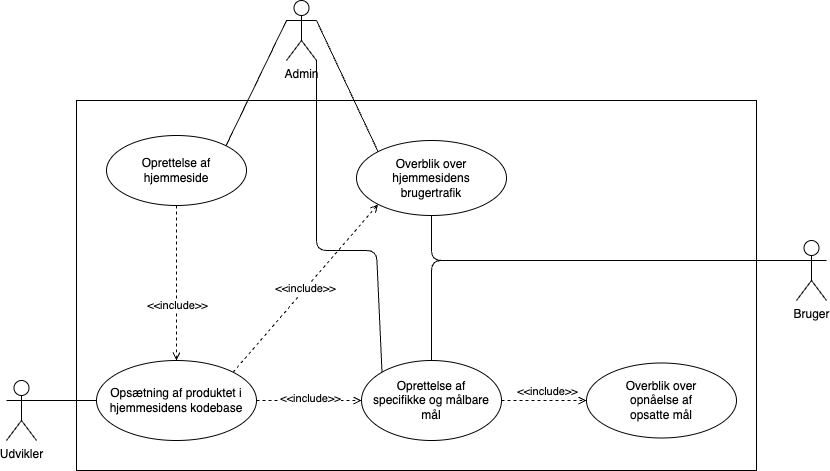
The draw.io diagram documentation/usecase.drawio.png in Nikditten/BachelorProjekt, before a commit. Source tidied: cells renumbered, new cells last; positions are measured from the earlier drawing's top-left corner, leaving out a move shared by most shapes.
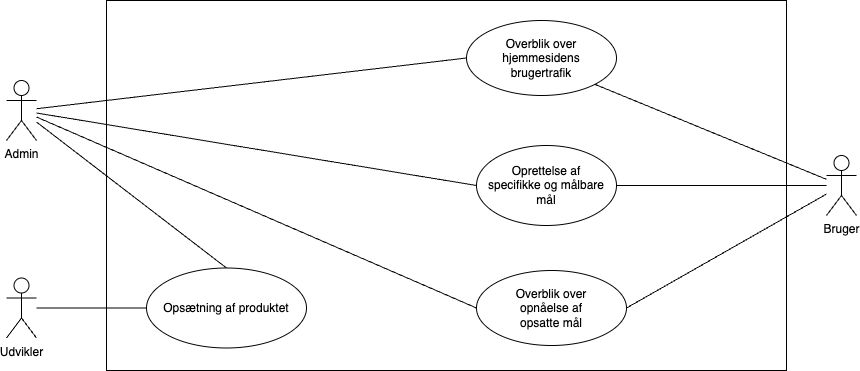
The same file after the commit.

Change to the diagram source:
```diff
@@ -5,83 +5,50 @@
     <mxCell id="2" style="rounded=0;whiteSpace=wrap;html=1;" parent="1" vertex="1">
       <mxGeometry x="70" y="100" width="680" height="370" as="geometry" />
     </mxCell>
+    <mxCell id="5" style="edgeStyle=none;html=1;entryX=1;entryY=0.5;entryDx=0;entryDy=0;endArrow=none;endFill=0;" parent="1" edge="1" source="3" target="19">
+      <mxGeometry relative="1" as="geometry" />
+    </mxCell>
+    <mxCell id="24" style="edgeStyle=none;html=1;entryX=1;entryY=1;entryDx=0;entryDy=0;endArrow=none;endFill=0;" parent="1" edge="1" source="3" target="22">
+      <mxGeometry relative="1" as="geometry" />
+    </mxCell>
+    <mxCell id="25" style="edgeStyle=none;html=1;entryX=1;entryY=0.5;entryDx=0;entryDy=0;endArrow=none;endFill=0;" parent="1" edge="1" source="3" target="20">
+      <mxGeometry relative="1" as="geometry" />
+    </mxCell>
     <mxCell id="3" value="Bruger" style="shape=umlActor;verticalLabelPosition=bottom;verticalAlign=top;html=1;" parent="1" vertex="1">
-      <mxGeometry x="790" y="240" width="30" height="60" as="geometry" />
+      <mxGeometry x="790" y="255" width="30" height="60" as="geometry" />
     </mxCell>
-    <mxCell id="4" style="edgeStyle=none;html=1;exitX=1;exitY=0.3333333333333333;exitDx=0;exitDy=0;exitPerimeter=0;entryX=0;entryY=0;entryDx=0;entryDy=0;endArrow=none;endFill=0;" parent="1" edge="1" source="6" target="22">
+    <mxCell id="4" style="edgeStyle=none;html=1;entryX=0;entryY=0.5;entryDx=0;entryDy=0;endArrow=none;endFill=0;" parent="1" edge="1" source="6" target="22">
       <mxGeometry relative="1" as="geometry" />
     </mxCell>
-    <mxCell id="5" style="edgeStyle=none;html=1;exitX=1;exitY=1;exitDx=0;exitDy=0;exitPerimeter=0;entryX=0;entryY=0;entryDx=0;entryDy=0;endArrow=none;endFill=0;" parent="1" edge="1" source="6" target="19">
-      <mxGeometry relative="1" as="geometry">
-        <Array as="points">
-          <mxPoint x="310" y="250" />
-          <mxPoint x="370" y="250" />
-        </Array>
-      </mxGeometry>
-    </mxCell>
+    <mxCell id="26" style="edgeStyle=none;html=1;entryX=0;entryY=0.5;entryDx=0;entryDy=0;endArrow=none;endFill=0;" parent="1" edge="1" source="6" target="19">
+      <mxGeometry relative="1" as="geometry" />
+    </mxCell>
+    <mxCell id="27" style="edgeStyle=none;html=1;entryX=0;entryY=0.5;entryDx=0;entryDy=0;endArrow=none;endFill=0;" parent="1" edge="1" source="6" target="20">
+      <mxGeometry relative="1" as="geometry" />
+    </mxCell>
+    <mxCell id="28" style="edgeStyle=none;html=1;entryX=0.5;entryY=0;entryDx=0;entryDy=0;endArrow=none;endFill=0;" parent="1" edge="1" source="6" target="23">
+      <mxGeometry relative="1" as="geometry" />
+    </mxCell>
     <mxCell id="6" value="Admin" style="shape=umlActor;verticalLabelPosition=bottom;verticalAlign=top;html=1;" parent="1" vertex="1">
-      <mxGeometry x="280" width="30" height="60" as="geometry" />
+      <mxGeometry x="-30" y="180" width="30" height="60" as="geometry" />
     </mxCell>
-    <mxCell id="7" style="edgeStyle=none;html=1;exitX=1;exitY=0.3333333333333333;exitDx=0;exitDy=0;exitPerimeter=0;entryX=0;entryY=0.5;entryDx=0;entryDy=0;startArrow=none;startFill=0;endArrow=none;endFill=0;" parent="1" edge="1" source="8" target="23">
+    <mxCell id="7" style="edgeStyle=none;html=1;entryX=0;entryY=0.5;entryDx=0;entryDy=0;startArrow=none;startFill=0;endArrow=none;endFill=0;" parent="1" edge="1" source="8" target="23">
       <mxGeometry relative="1" as="geometry" />
     </mxCell>
     <mxCell id="8" value="Udvikler" style="shape=umlActor;verticalLabelPosition=bottom;verticalAlign=top;html=1;" parent="1" vertex="1">
-      <mxGeometry y="380" width="30" height="60" as="geometry" />
+      <mxGeometry x="-30" y="377.5" width="30" height="60" as="geometry" />
     </mxCell>
-    <mxCell id="9" style="edgeStyle=none;html=1;entryX=0.5;entryY=0;entryDx=0;entryDy=0;dashed=1;endArrow=open;endFill=0;" parent="1" edge="1" source="15" target="23">
-      <mxGeometry relative="1" as="geometry" />
-    </mxCell>
-    <mxCell id="10" value="&amp;lt;&amp;lt;include&amp;gt;&amp;gt;" style="edgeLabel;html=1;align=center;verticalAlign=middle;" parent="9" vertex="1">
-      <mxGeometry x="0.28" relative="1" as="geometry" />
-    </mxCell>
-    <mxCell id="11" style="edgeStyle=none;html=1;exitX=1;exitY=0.5;exitDx=0;exitDy=0;entryX=0;entryY=0.5;entryDx=0;entryDy=0;dashed=1;endArrow=open;endFill=0;" parent="1" edge="1" source="23" target="19">
-      <mxGeometry relative="1" as="geometry" />
-    </mxCell>
-    <mxCell id="12" value="&amp;lt;&amp;lt;include&amp;gt;&amp;gt;" style="edgeLabel;html=1;align=center;verticalAlign=middle;" parent="11" vertex="1">
-      <mxGeometry y="3" relative="1" as="geometry" />
-    </mxCell>
-    <mxCell id="13" value="&amp;lt;&amp;lt;include&amp;gt;&amp;gt;" style="edgeStyle=none;html=1;exitX=1;exitY=0;exitDx=0;exitDy=0;entryX=0;entryY=1;entryDx=0;entryDy=0;endArrow=open;endFill=0;dashed=1;startArrow=none;startFill=0;" parent="1" edge="1" source="23" target="22">
-      <mxGeometry relative="1" as="geometry" />
-    </mxCell>
-    <mxCell id="14" style="edgeStyle=none;html=1;exitX=1;exitY=0;exitDx=0;exitDy=0;entryX=0;entryY=0.3333333333333333;entryDx=0;entryDy=0;entryPerimeter=0;endArrow=none;endFill=0;" parent="1" edge="1" source="15" target="6">
-      <mxGeometry relative="1" as="geometry" />
-    </mxCell>
-    <mxCell id="15" value="Oprettelse af &lt;br&gt;hjemmeside" style="ellipse;whiteSpace=wrap;html=1;" parent="1" vertex="1">
-      <mxGeometry x="100" y="135" width="140" height="70" as="geometry" />
-    </mxCell>
-    <mxCell id="16" style="edgeStyle=none;html=1;exitX=1;exitY=0.5;exitDx=0;exitDy=0;entryX=0;entryY=0.5;entryDx=0;entryDy=0;dashed=1;startArrow=none;startFill=0;endArrow=open;endFill=0;" parent="1" edge="1" source="19" target="20">
-      <mxGeometry relative="1" as="geometry" />
-    </mxCell>
-    <mxCell id="17" value="&amp;lt;&amp;lt;include&amp;gt;&amp;gt;" style="edgeLabel;html=1;align=center;verticalAlign=middle;" parent="16" vertex="1">
-      <mxGeometry x="-0.21" y="-2" relative="1" as="geometry">
-        <mxPoint x="12" y="-12" as="offset" />
-      </mxGeometry>
-    </mxCell>
-    <mxCell id="18" style="edgeStyle=none;html=1;exitX=0.5;exitY=0;exitDx=0;exitDy=0;entryX=0;entryY=0.3333333333333333;entryDx=0;entryDy=0;entryPerimeter=0;startArrow=none;startFill=0;endArrow=none;endFill=0;" parent="1" edge="1" source="19" target="3">
-      <mxGeometry relative="1" as="geometry">
-        <Array as="points">
-          <mxPoint x="425" y="260" />
-        </Array>
-      </mxGeometry>
-    </mxCell>
     <mxCell id="19" value="Oprettelse af &lt;br&gt;specifikke og målbare mål" style="ellipse;whiteSpace=wrap;html=1;" parent="1" vertex="1">
-      <mxGeometry x="355" y="360" width="140" height="80" as="geometry" />
+      <mxGeometry x="440" y="245" width="140" height="80" as="geometry" />
     </mxCell>
     <mxCell id="20" value="Overblik over &lt;br&gt;opnåelse af &lt;br&gt;opsatte mål" style="ellipse;whiteSpace=wrap;html=1;" parent="1" vertex="1">
-      <mxGeometry x="580" y="362.5" width="150" height="75" as="geometry" />
+      <mxGeometry x="440" y="370" width="150" height="75" as="geometry" />
     </mxCell>
-    <mxCell id="21" style="edgeStyle=none;html=1;exitX=0.5;exitY=1;exitDx=0;exitDy=0;entryX=0;entryY=0.3333333333333333;entryDx=0;entryDy=0;entryPerimeter=0;startArrow=none;startFill=0;endArrow=none;endFill=0;" parent="1" edge="1" source="22" target="3">
-      <mxGeometry relative="1" as="geometry">
-        <Array as="points">
-          <mxPoint x="425" y="260" />
-        </Array>
-      </mxGeometry>
-    </mxCell>
     <mxCell id="22" value="Overblik over hjemmesidens &lt;br&gt;brugertrafik" style="ellipse;whiteSpace=wrap;html=1;" parent="1" vertex="1">
-      <mxGeometry x="350" y="140" width="150" height="75" as="geometry" />
+      <mxGeometry x="430" y="120" width="150" height="75" as="geometry" />
     </mxCell>
-    <mxCell id="23" value="Opsætning af produktet i hjemmesidens kodebase" style="ellipse;whiteSpace=wrap;html=1;" parent="1" vertex="1">
-      <mxGeometry x="90" y="360" width="160" height="80" as="geometry" />
+    <mxCell id="23" value="Opsætning af produktet" style="ellipse;whiteSpace=wrap;html=1;" parent="1" vertex="1">
+      <mxGeometry x="110" y="367.5" width="160" height="80" as="geometry" />
     </mxCell>
   </root>
 </mxGraphModel>
```
